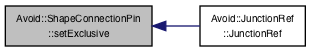
mjwybrow/adaptagrams keeps this Graphviz diagram as documentation/classAvoid_1_1ShapeConnectionPin_aacb578182fb564e199f681447914a124_icgraph.png. Above is the earlier version. Its source is kept beside it as documentation/classAvoid_1_1ShapeConnectionPin_aacb578182fb564e199f681447914a124_icgraph.dot.
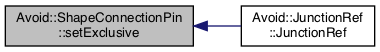
The same file after the commit.

The edit, as a diff of the source:
```diff
@@ -3,7 +3,7 @@
   edge [fontname="Helvetica",fontsize="10",labelfontname="Helvetica",labelfontsize="10"];
   node [fontname="Helvetica",fontsize="10",shape=record];
   rankdir="LR";
-  Node59 [label="Avoid::ShapeConnectionPin\l::setExclusive",height=0.2,width=0.4,color="black", fillcolor="grey75", style="filled", fontcolor="black"];
-  Node59 -> Node60 [dir="back",color="midnightblue",fontsize="10",style="solid",fontname="Helvetica"];
-  Node60 [label="Avoid::JunctionRef\l::JunctionRef",height=0.2,width=0.4,color="black", fillcolor="white", style="filled",URL="$classAvoid_1_1JunctionRef.html#a6b8f78290d978f0176beb952a161f3d4",tooltip="Junction reference constructor. "];
+  Node22 [label="Avoid::ShapeConnectionPin\l::setExclusive",height=0.2,width=0.4,color="black", fillcolor="grey75", style="filled", fontcolor="black"];
+  Node22 -> Node23 [dir="back",color="midnightblue",fontsize="10",style="solid",fontname="Helvetica"];
+  Node23 [label="Avoid::JunctionRef\l::JunctionRef",height=0.2,width=0.4,color="black", fillcolor="white", style="filled",URL="$classAvoid_1_1JunctionRef.html#a6b8f78290d978f0176beb952a161f3d4",tooltip="Junction reference constructor. "];
 }
```
